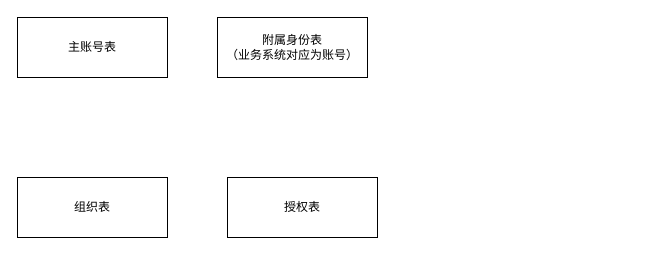
Above: page "账号模型图" (9 of 9) of 4A基本数模型.drawio in 158698706/tt4a (draw.io), before the change. Source tidied: cells renumbered, new cells numbered last; positions are measured from the earlier drawing's top-left corner, leaving out a move shared by most shapes. Both pictures are drawn from the tidied source at 100%, with x=0, y=0 at pixel (17, 17).
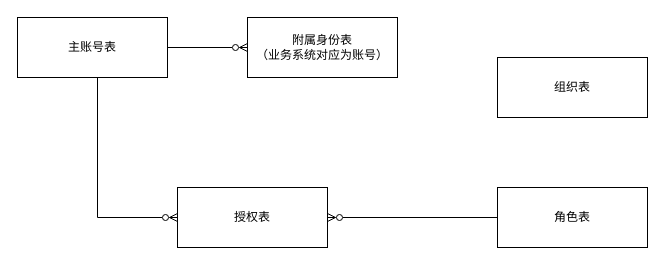
Above is the later version.

Commit message:
更新4A基本数模型.drawio

What changed in the source:
```diff
@@
 <mxGraphModel>
   <root>
     <mxCell id="0" />
     <mxCell id="1" parent="0" />
+    <mxCell id="6" style="edgeStyle=orthogonalEdgeStyle;rounded=0;jettySize=auto;html=1;entryX=0;entryY=0.5;entryDx=0;entryDy=0;endArrow=ERzeroToMany;endFill=0;startArrow=none;startFill=0;" parent="1" edge="1" source="2" target="4">
+      <mxGeometry relative="1" as="geometry" />
+    </mxCell>
+    <mxCell id="7" style="edgeStyle=orthogonalEdgeStyle;rounded=0;jettySize=auto;html=1;entryX=0;entryY=0.5;entryDx=0;entryDy=0;startArrow=none;startFill=0;endArrow=ERzeroToMany;endFill=0;" parent="1" edge="1" source="2" target="5">
+      <mxGeometry relative="1" as="geometry">
+        <Array as="points">
+          <mxPoint x="80" y="200" />
+        </Array>
+      </mxGeometry>
+    </mxCell>
     <mxCell id="2" value="主账号表" style="whiteSpace=wrap;html=1;align=center;" parent="1" vertex="1">
       <mxGeometry width="150" height="60" as="geometry" />
     </mxCell>
     <mxCell id="3" value="组织表" style="whiteSpace=wrap;html=1;align=center;" parent="1" vertex="1">
-      <mxGeometry y="160" width="150" height="60" as="geometry" />
+      <mxGeometry x="480" y="40" width="150" height="60" as="geometry" />
     </mxCell>
     <mxCell id="4" value="附属身份表&lt;br&gt;（业务系统对应为账号）" style="whiteSpace=wrap;html=1;align=center;" parent="1" vertex="1">
-      <mxGeometry x="200" width="150" height="60" as="geometry" />
+      <mxGeometry x="230" width="150" height="60" as="geometry" />
     </mxCell>
     <mxCell id="5" value="授权表" style="whiteSpace=wrap;html=1;align=center;" parent="1" vertex="1">
-      <mxGeometry x="210" y="160" width="150" height="60" as="geometry" />
+      <mxGeometry x="160" y="170" width="150" height="60" as="geometry" />
     </mxCell>
+    <mxCell id="8" style="edgeStyle=orthogonalEdgeStyle;rounded=0;jettySize=auto;html=1;entryX=1;entryY=0.5;entryDx=0;entryDy=0;startArrow=none;startFill=0;endArrow=ERzeroToMany;endFill=0;" parent="1" edge="1" source="9" target="5">
+      <mxGeometry relative="1" as="geometry" />
+    </mxCell>
+    <mxCell id="9" value="角色表" style="whiteSpace=wrap;html=1;align=center;" parent="1" vertex="1">
+      <mxGeometry x="480" y="170" width="150" height="60" as="geometry" />
+    </mxCell>
   </root>
 </mxGraphModel>
```
